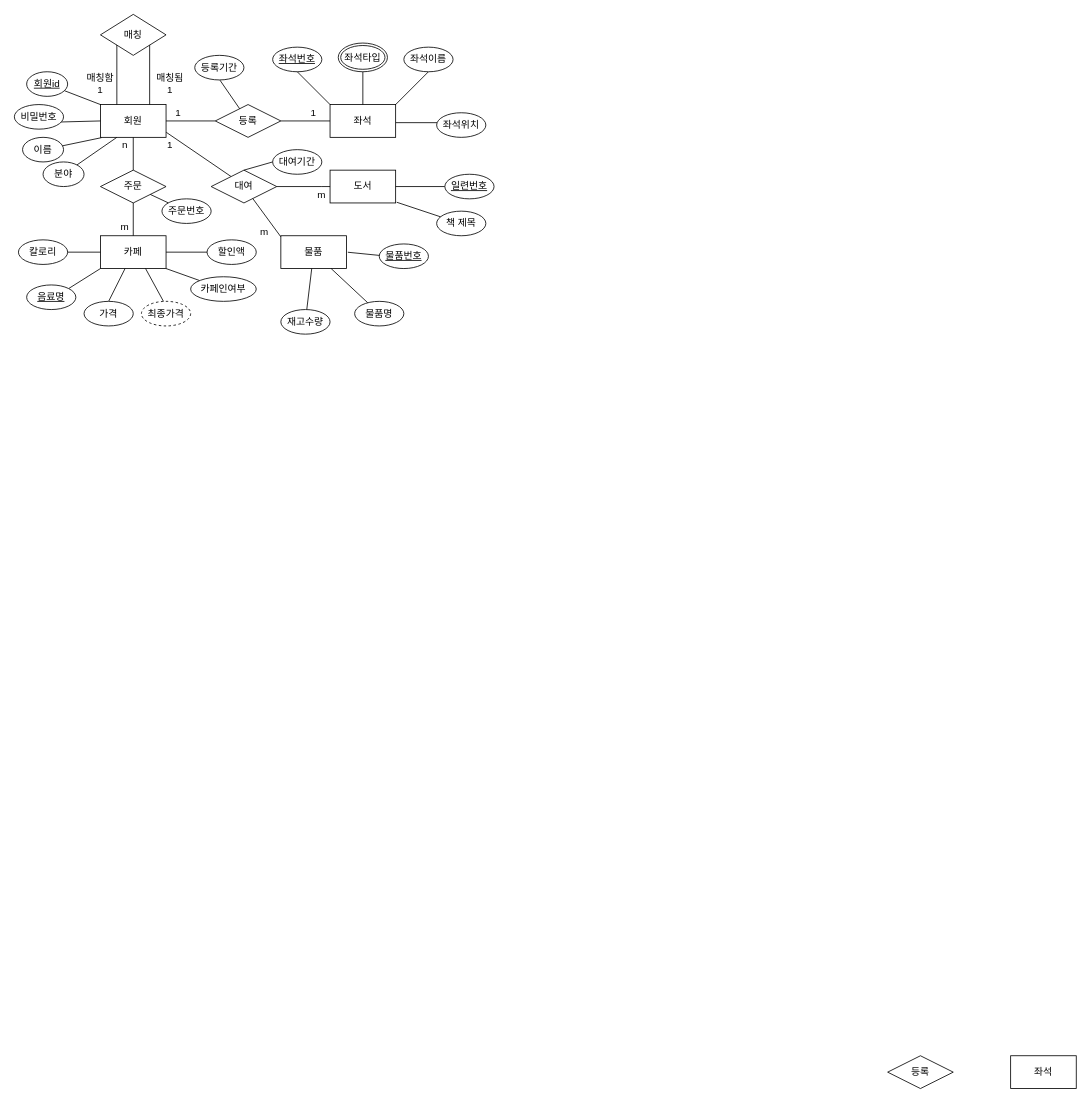
The draw.io diagram 제목 없는 다이어그램.drawio in SongJaeHoonn/SongJaeHoonn, before the edit. Source tidied: cells renumbered, new cells numbered last; positions are measured from the earlier drawing's top-left corner, leaving out a move shared by most shapes. Both pictures are drawn from the tidied source at 82%, with x=0, y=0 at pixel (14, 14).
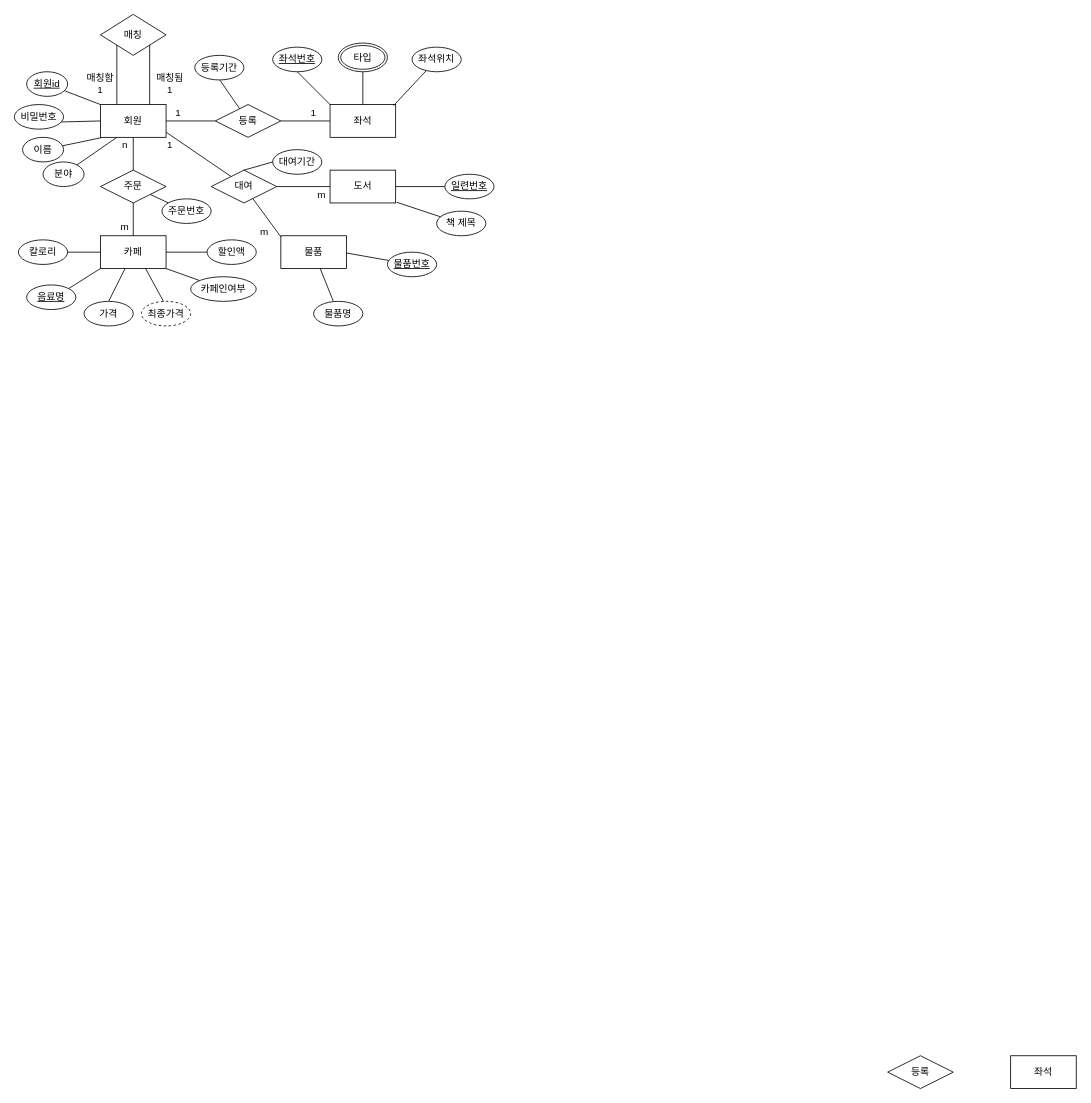
The same page after the edit.

Commit message:
제목 없는 다이어그램.drawio 업데이트

Unchanged cells that the change refers to:
```xml
<mxCell id="5" value="좌석" style="rounded=0;whiteSpace=wrap;html=1;" parent="1" vertex="1">
  <mxGeometry x="385" y="110" width="80" height="40" as="geometry" />
</mxCell>
<mxCell id="41" value="물품" style="rounded=0;whiteSpace=wrap;html=1;" parent="1" vertex="1">
  <mxGeometry x="325" y="270" width="80" height="40" as="geometry" />
</mxCell>
```

Change to the diagram source:
```diff
@@
-    <mxCell id="22" style="endArrow=none;html=1;rounded=0;entryX=0.5;entryY=1;entryDx=0;entryDy=0;exitX=1;exitY=0;exitDx=0;exitDy=0;" parent="1" edge="1" source="5" target="32">
-      <mxGeometry relative="1" as="geometry" />
-    </mxCell>
@@
-    <mxCell id="27" style="endArrow=none;html=1;rounded=0;entryX=-0.072;entryY=0.569;entryDx=0;entryDy=0;entryPerimeter=0;exitX=1.003;exitY=0.552;exitDx=0;exitDy=0;exitPerimeter=0;" parent="1" edge="1" source="5">
-      <mxGeometry relative="1" as="geometry">
-        <mxPoint x="520.7" y="132.1" as="targetPoint" />
-      </mxGeometry>
+    <mxCell id="27" style="endArrow=none;html=1;rounded=0;exitX=0.967;exitY=0.033;exitDx=0;exitDy=0;exitPerimeter=0;" parent="1" edge="1" source="5" target="37">
+      <mxGeometry relative="1" as="geometry" />
     </mxCell>
@@
-    <mxCell id="31" style="endArrow=none;html=1;rounded=0;entryX=0.021;entryY=0.469;entryDx=0;entryDy=0;entryPerimeter=0;exitX=1.021;exitY=0.503;exitDx=0;exitDy=0;exitPerimeter=0;" parent="1" edge="1" source="41" target="40">
+    <mxCell id="31" style="endArrow=none;html=1;rounded=0;exitX=0.975;exitY=0.517;exitDx=0;exitDy=0;exitPerimeter=0;" parent="1" edge="1" source="41" target="40">
       <mxGeometry relative="1" as="geometry" />
     </mxCell>
-    <mxCell id="32" value="좌석이름" style="ellipse;whiteSpace=wrap;html=1;" parent="1" vertex="1">
-      <mxGeometry x="475" y="40" width="60" height="30" as="geometry" />
-    </mxCell>
@@
     <mxCell id="37" value="좌석위치" style="ellipse;whiteSpace=wrap;html=1;" parent="1" vertex="1">
-      <mxGeometry x="515" y="120" width="60" height="30" as="geometry" />
+      <mxGeometry x="485" y="40" width="60" height="30" as="geometry" />
     </mxCell>
@@
     <mxCell id="40" value="물품번호" style="ellipse;whiteSpace=wrap;html=1;fontStyle=4;" parent="1" vertex="1">
-      <mxGeometry x="445" y="280" width="60" height="30" as="geometry" />
+      <mxGeometry x="455" y="290" width="60" height="30" as="geometry" />
     </mxCell>
@@
-    <mxCell id="43" style="endArrow=none;html=1;rounded=0;" parent="1" edge="1" source="47" target="41">
-      <mxGeometry relative="1" as="geometry" />
-    </mxCell>
@@
     <mxCell id="46" value="물품명" style="ellipse;whiteSpace=wrap;html=1;" parent="1" vertex="1">
-      <mxGeometry x="415" y="350" width="60" height="30" as="geometry" />
+      <mxGeometry x="365" y="350" width="60" height="30" as="geometry" />
     </mxCell>
-    <mxCell id="47" value="재고수량" style="ellipse;whiteSpace=wrap;html=1;" parent="1" vertex="1">
-      <mxGeometry x="325" y="360" width="60" height="30" as="geometry" />
-    </mxCell>
@@
-    <mxCell id="72" value="좌석타입" style="ellipse;shape=doubleEllipse;margin=3;whiteSpace=wrap;html=1;align=center;" parent="1" vertex="1">
+    <mxCell id="72" value="타입" style="ellipse;shape=doubleEllipse;margin=3;whiteSpace=wrap;html=1;align=center;" parent="1" vertex="1">
       <mxGeometry x="395" y="35" width="60" height="35" as="geometry" />
     </mxCell>
```
